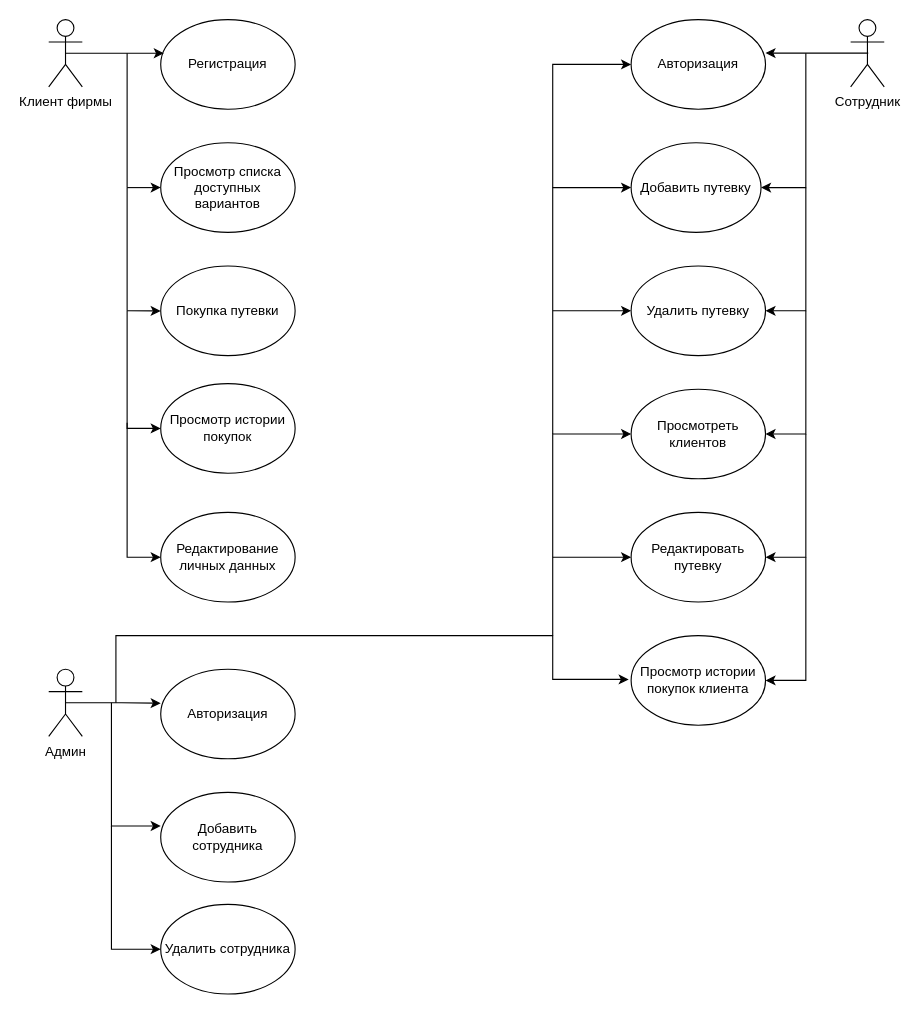
Earlier version of the draw.io diagram Диаграмма прецедентов.drawio (Korobkov124/Interface-layout.Task4). Source tidied: cells renumbered, new cells numbered last; positions are measured from the earlier drawing's top-left corner, leaving out a move shared by most shapes. Both pictures are drawn from the tidied source at 112%, with x=0, y=0 at pixel (48, 19).
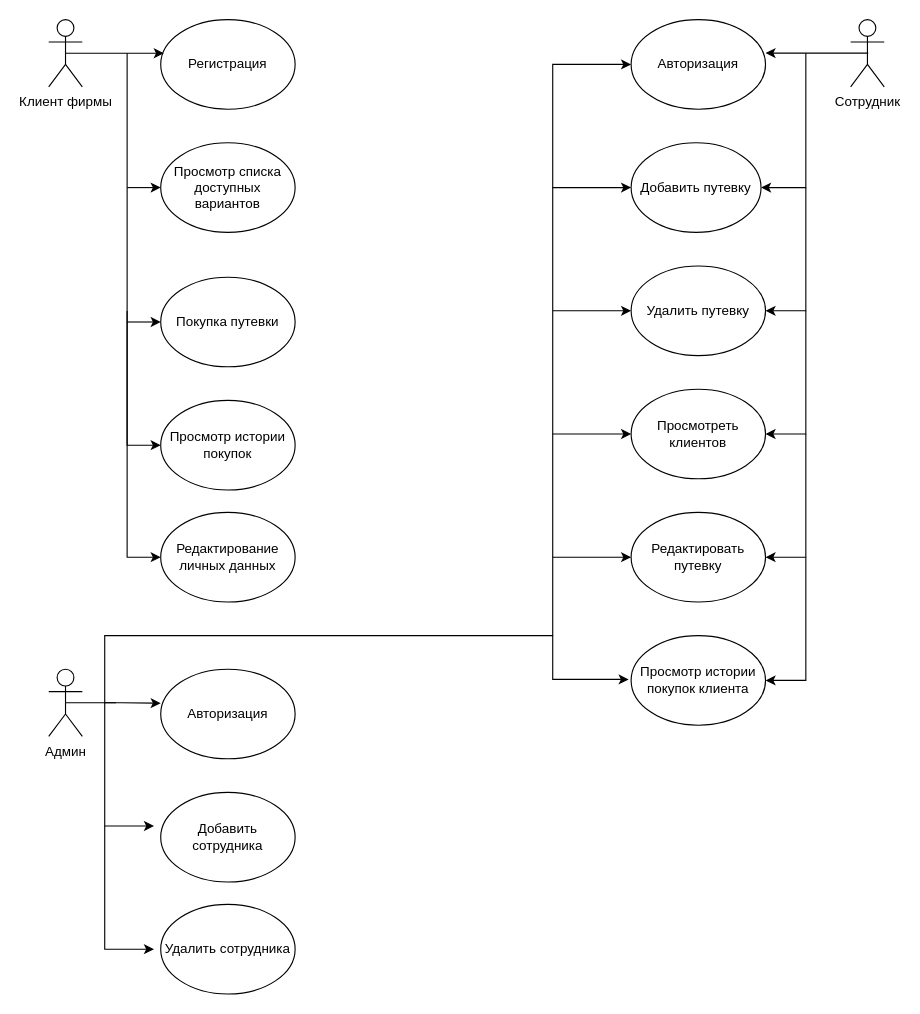
The same page after the edit.

The change refers to these unchanged cells:
```xml
<mxCell id="22" value="Удалить сотрудника" style="ellipse;whiteSpace=wrap;html=1;" parent="1" vertex="1">
  <mxGeometry x="100" y="790" width="120" height="80" as="geometry" />
</mxCell>
<mxCell id="31" value="Просмотр истории покупок клиента" style="ellipse;whiteSpace=wrap;html=1;" parent="1" vertex="1">
  <mxGeometry x="520" y="550" width="120" height="80" as="geometry" />
</mxCell>
<mxCell id="33" value="Редактирование личных данных" style="ellipse;whiteSpace=wrap;html=1;" parent="1" vertex="1">
  <mxGeometry x="100" y="440" width="120" height="80" as="geometry" />
</mxCell>
```

Change to the diagram source:
```diff
@@
-    <mxCell id="6" value="Покупка путевки" style="ellipse;whiteSpace=wrap;html=1;" parent="1" vertex="1">
-      <mxGeometry x="100" y="220" width="120" height="80" as="geometry" />
-    </mxCell>
@@
-    <mxCell id="16" style="endArrow=classic;html=1;rounded=0;entryX=0.016;entryY=0.628;entryDx=0;entryDy=0;entryPerimeter=0;" parent="1" edge="1">
-      <mxGeometry relative="1" as="geometry">
-        <mxPoint x="70" y="260" as="sourcePoint" />
-        <mxPoint x="100" y="260.1" as="targetPoint" />
-      </mxGeometry>
-    </mxCell>
@@
     <mxCell id="25" style="edgeStyle=orthogonalEdgeStyle;rounded=0;orthogonalLoop=1;jettySize=auto;html=1;" parent="1" edge="1">
       <mxGeometry relative="1" as="geometry">
-        <mxPoint x="56" y="610" as="sourcePoint" />
-        <mxPoint x="100" y="720" as="targetPoint" />
+        <mxPoint x="50" y="610" as="sourcePoint" />
+        <mxPoint x="94" y="720" as="targetPoint" />
         <Array as="points">
-          <mxPoint x="56" y="720" />
+          <mxPoint x="50" y="720" />
         </Array>
       </mxGeometry>
     </mxCell>
-    <mxCell id="26" style="edgeStyle=orthogonalEdgeStyle;rounded=0;jettySize=auto;html=1;entryX=0;entryY=0.5;entryDx=0;entryDy=0;" parent="1" edge="1" target="22">
+    <mxCell id="26" style="edgeStyle=orthogonalEdgeStyle;rounded=0;orthogonalLoop=1;jettySize=auto;html=1;entryX=0;entryY=0.5;entryDx=0;entryDy=0;" parent="1" edge="1">
       <mxGeometry relative="1" as="geometry">
-        <mxPoint x="56" y="720" as="sourcePoint" />
+        <mxPoint x="50" y="720" as="sourcePoint" />
+        <mxPoint x="94" y="830" as="targetPoint" />
         <Array as="points">
-          <mxPoint x="56" y="830" />
+          <mxPoint x="50" y="830" />
         </Array>
       </mxGeometry>
     </mxCell>
@@
     <mxCell id="29" value="Просмотр истории покупок" style="ellipse;whiteSpace=wrap;html=1;" parent="1" vertex="1">
-      <mxGeometry x="100" y="325" width="120" height="80" as="geometry" />
+      <mxGeometry x="100" y="340" width="120" height="80" as="geometry" />
     </mxCell>
     <mxCell id="30" style="edgeStyle=orthogonalEdgeStyle;rounded=0;jettySize=auto;html=1;entryX=0;entryY=0.5;entryDx=0;entryDy=0;" parent="1" edge="1" target="29">
       <mxGeometry relative="1" as="geometry">
         <mxPoint x="70" y="260" as="sourcePoint" />
         <Array as="points">
-          <mxPoint x="70" y="365" />
+          <mxPoint x="70" y="380" />
         </Array>
       </mxGeometry>
     </mxCell>
@@
     <mxCell id="34" style="edgeStyle=orthogonalEdgeStyle;rounded=0;jettySize=auto;html=1;entryX=0;entryY=0.5;entryDx=0;entryDy=0;" parent="1" edge="1" target="33">
       <mxGeometry relative="1" as="geometry">
-        <mxPoint x="70" y="360" as="sourcePoint" />
+        <mxPoint x="70" y="260" as="sourcePoint" />
         <Array as="points">
           <mxPoint x="70" y="480" />
         </Array>
       </mxGeometry>
     </mxCell>
     <mxCell id="35" style="edgeStyle=orthogonalEdgeStyle;rounded=0;jettySize=auto;html=1;entryX=-0.018;entryY=0.489;entryDx=0;entryDy=0;entryPerimeter=0;" parent="1" edge="1" target="31">
       <mxGeometry relative="1" as="geometry">
         <mxPoint x="60" y="610" as="sourcePoint" />
         <Array as="points">
-          <mxPoint x="60" y="550" />
+          <mxPoint x="50" y="610" />
+          <mxPoint x="50" y="550" />
           <mxPoint x="450" y="550" />
-          <mxPoint x="450" y="590" />
-          <mxPoint x="518" y="590" />
+          <mxPoint x="450" y="589" />
         </Array>
       </mxGeometry>
     </mxCell>
@@
+    <mxCell id="6" value="Покупка путевки" style="ellipse;whiteSpace=wrap;html=1;" parent="1" vertex="1">
+      <mxGeometry x="100" y="230" width="120" height="80" as="geometry" />
+    </mxCell>
+    <mxCell id="41" style="endArrow=classic;html=1;rounded=0;" parent="1" edge="1">
+      <mxGeometry relative="1" as="geometry">
+        <mxPoint x="70" y="270" as="sourcePoint" />
+        <mxPoint x="100" y="270" as="targetPoint" />
+      </mxGeometry>
+    </mxCell>
```
